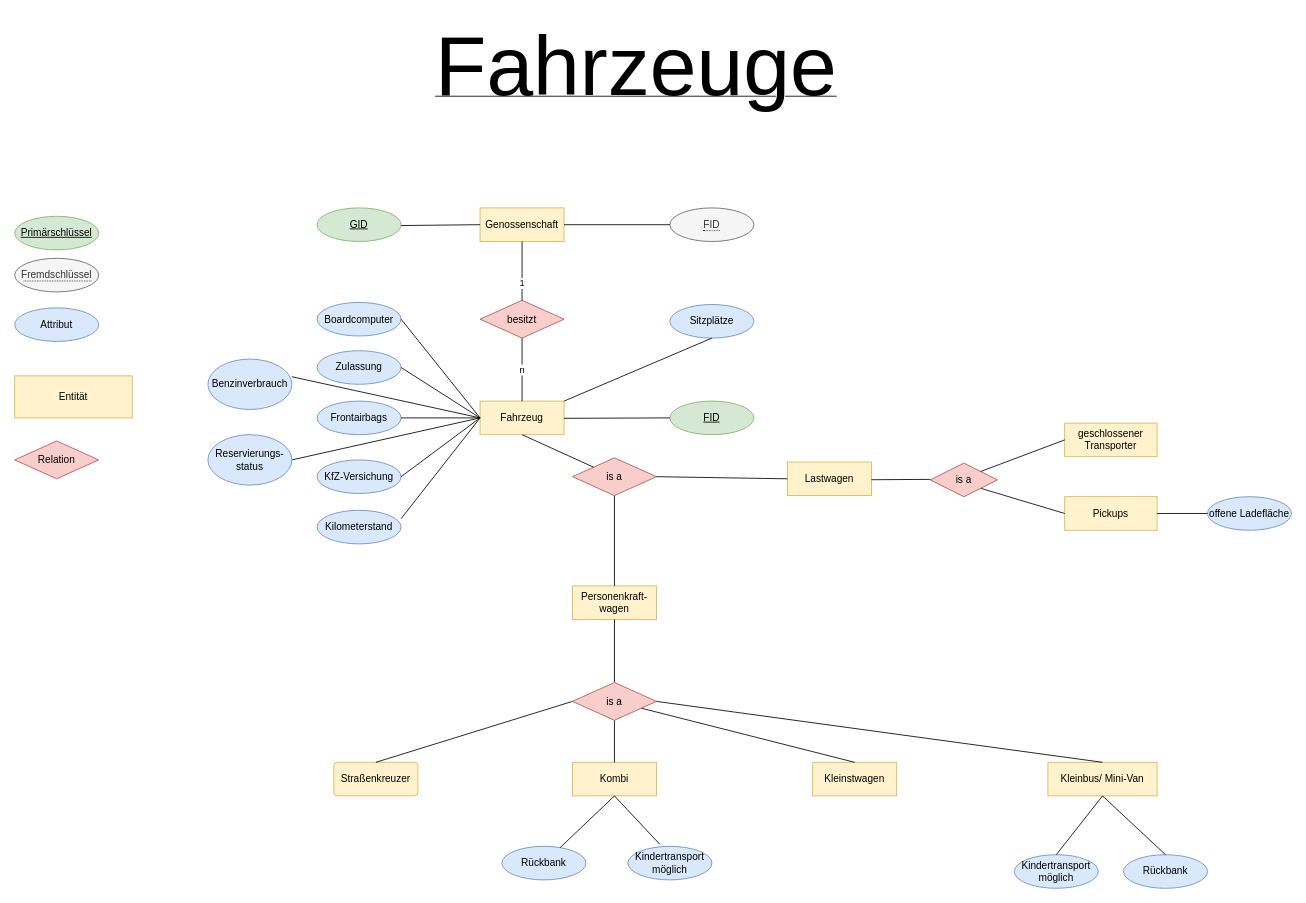
The draw.io diagram page "Maurice" (2 of 8) of Diagramm.drawio in maudetroll/drawIO, before the edit. Source tidied: cells renumbered, new cells numbered last; positions are measured from the earlier drawing's top-left corner, leaving out a move shared by most shapes. Both pictures are drawn from the tidied source at 84%, with x=0, y=0 at pixel (14, 39).
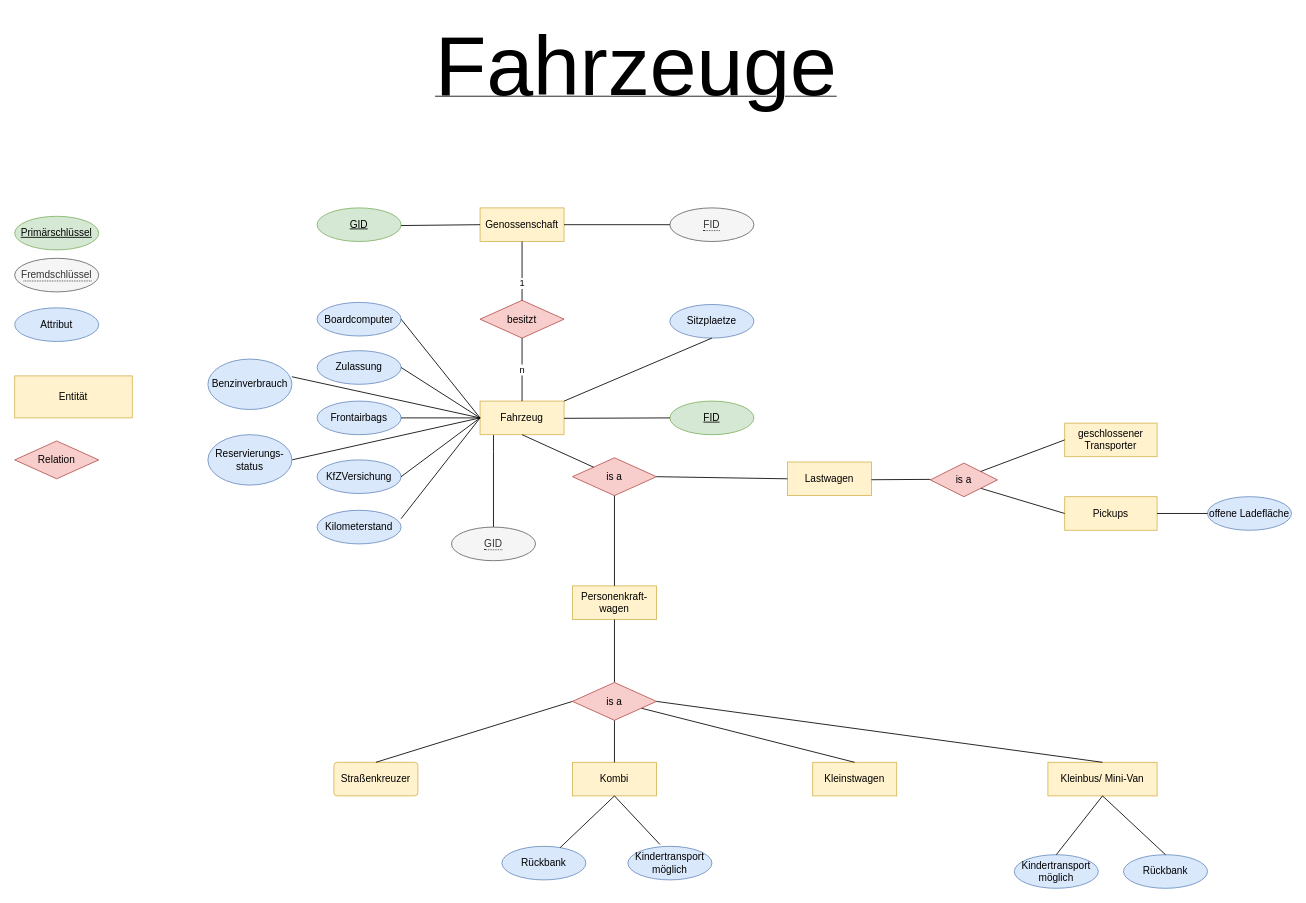
The same page after the edit.

Unchanged cells that the change refers to:
```xml
<mxCell id="3" value="Fahrzeug" style="whiteSpace=wrap;html=1;align=center;fillColor=#fff2cc;strokeColor=#d6b656;" parent="1" vertex="1">
  <mxGeometry x="554" y="430" width="100" height="40" as="geometry" />
</mxCell>
```

The edit, as a diff of the source:
```diff
@@
+    <mxCell id="67" style="edgeStyle=orthogonalEdgeStyle;rounded=0;jettySize=auto;html=1;endArrow=none;endFill=0;" parent="1" edge="1" source="3" target="68">
+      <mxGeometry relative="1" as="geometry">
+        <Array as="points">
+          <mxPoint x="570" y="490" />
+          <mxPoint x="570" y="490" />
+        </Array>
+      </mxGeometry>
+    </mxCell>
@@
-    <mxCell id="31" value="KfZ-Versichung" style="ellipse;whiteSpace=wrap;html=1;align=center;fillColor=#dae8fc;strokeColor=#6c8ebf;" parent="1" vertex="1">
+    <mxCell id="31" value="KfZVersichung" style="ellipse;whiteSpace=wrap;html=1;align=center;fillColor=#dae8fc;strokeColor=#6c8ebf;" parent="1" vertex="1">
       <mxGeometry x="360" y="500" width="100" height="40" as="geometry" />
     </mxCell>
@@
-    <mxCell id="59" value="Sitzplätze" style="ellipse;whiteSpace=wrap;html=1;align=center;fillColor=#dae8fc;strokeColor=#6c8ebf;" parent="1" vertex="1">
+    <mxCell id="59" value="Sitzplaetze" style="ellipse;whiteSpace=wrap;html=1;align=center;fillColor=#dae8fc;strokeColor=#6c8ebf;" parent="1" vertex="1">
       <mxGeometry x="780" y="315" width="100" height="40" as="geometry" />
     </mxCell>
@@
+    <mxCell id="68" value="&lt;span style=&quot;border-bottom: 1px dotted&quot;&gt;GID&lt;/span&gt;" style="ellipse;whiteSpace=wrap;html=1;align=center;fillColor=#f5f5f5;strokeColor=#666666;fontColor=#333333;" parent="1" vertex="1">
+      <mxGeometry x="520" y="580" width="100" height="40" as="geometry" />
+    </mxCell>
```
